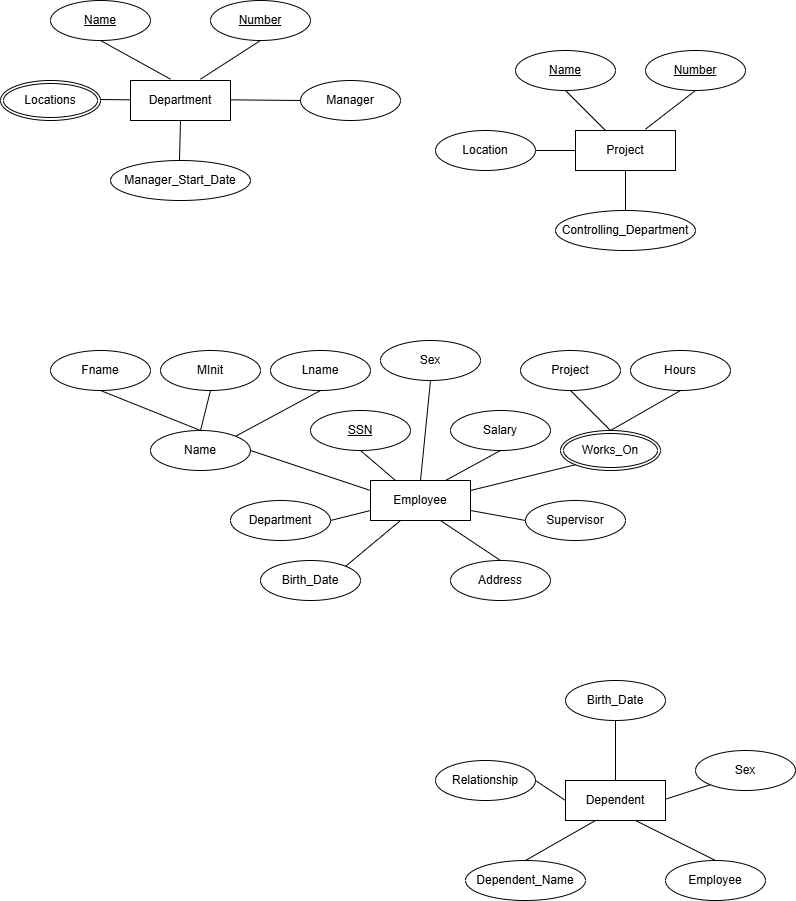
Above: CS420_Quiz4.png in Jhkpop/CS420_Quiz4.1 (draw.io), before the change. Source tidied: cells renumbered, new cells last; positions are measured from the earlier drawing's top-left corner, leaving out a move shared by most shapes.
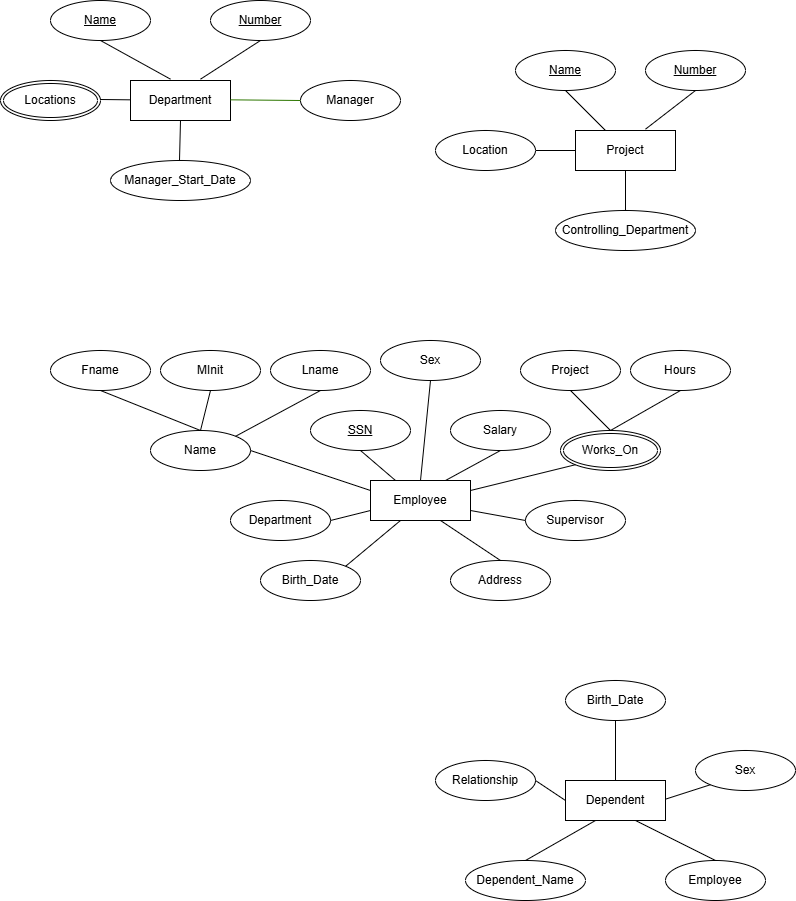
The same file after the commit.

Commit message:
Testing Colored Lines

The edit, as a diff of the source:
```diff
@@ -20,7 +20,7 @@
     <mxCell id="7" value="Manager" style="ellipse;whiteSpace=wrap;html=1;align=center;" parent="1" vertex="1">
       <mxGeometry x="300" y="80" width="100" height="40" as="geometry" />
     </mxCell>
-    <mxCell id="8" style="endArrow=none;html=1;rounded=0;entryX=0;entryY=0.5;entryDx=0;entryDy=0;" parent="1" edge="1" target="7">
+    <mxCell id="8" style="endArrow=none;html=1;rounded=0;entryX=0;entryY=0.5;entryDx=0;entryDy=0;fillColor=#60a917;strokeColor=#2D7600;" parent="1" edge="1" target="7">
       <mxGeometry relative="1" as="geometry">
         <mxPoint x="230" y="99.3" as="sourcePoint" />
       </mxGeometry>
```
